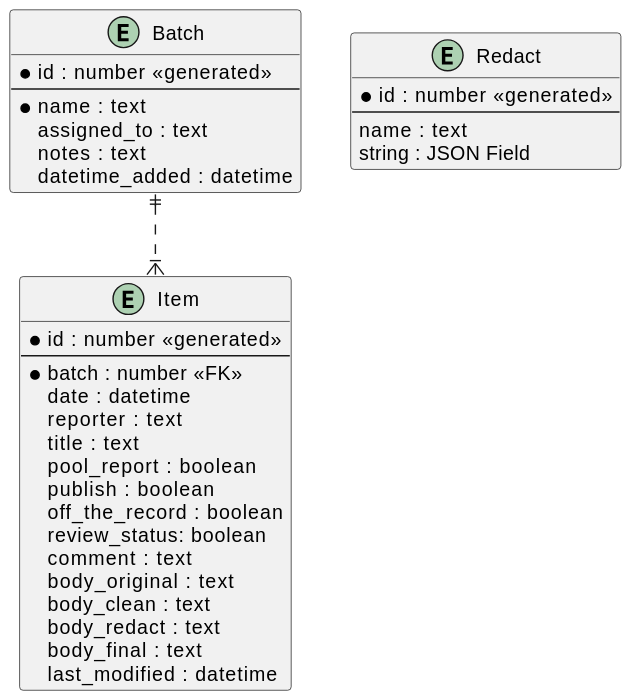
The PlantUML diagram docs/images/db_schema.svg in timkanke/scutes, before a commit.
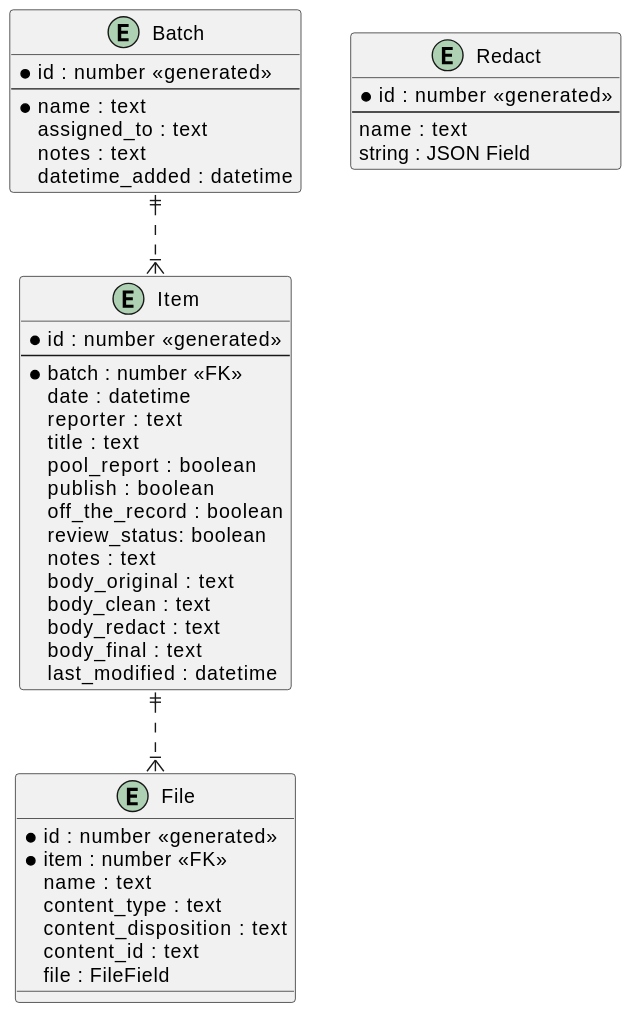
The same diagram one commit later.

Commit message:
LIBWHCA-121 Modify db uml diagram

Change to the diagram source:
```diff
@@ -8,6 +8,16 @@
   notes : text
   datetime_added : datetime
 }
+
+Entity "File" as File {
+    *id : number <<generated>>
+    *item : number <<FK>>
+    name : text
+    content_type : text
+    content_disposition : text
+    content_id : text
+    file : FileField
+    }
 
 entity "Item" as Item {
   *id : number <<generated>>
@@ -20,7 +30,7 @@
   publish : boolean
   off_the_record : boolean
   review_status: boolean
-  comment : text
+  notes : text
   body_original : text
   body_clean : text
   body_redact : text
@@ -37,5 +47,6 @@
 
 
 Batch ||..|{ Item
+Item ||..|{ File
 
 @enduml
```
